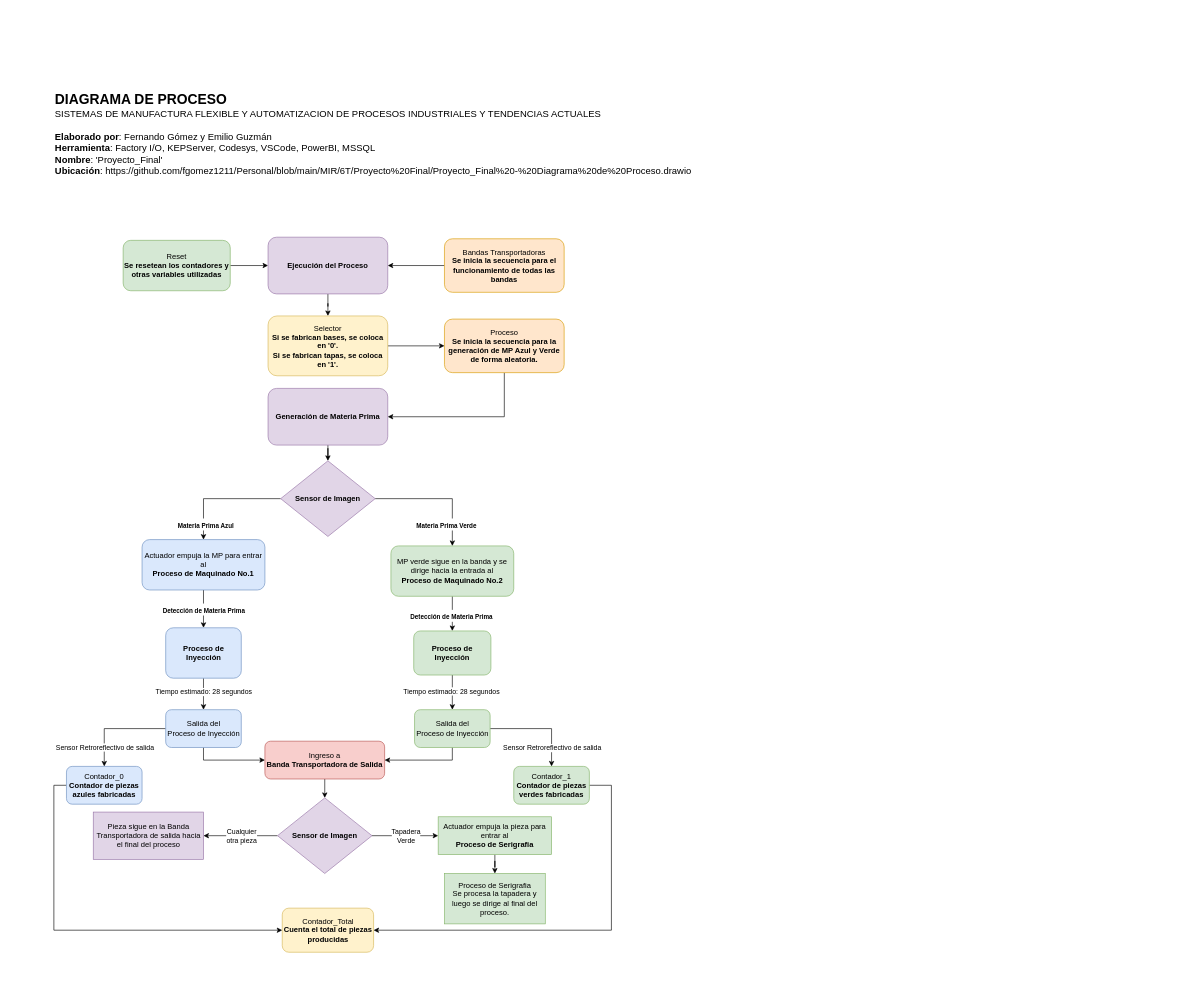
The draw.io diagram MIR/6T/Proyecto Final/Proyecto_Final - Diagrama de Proceso.drawio in fgomez1211/Personal, before the edit. Source tidied: cells renumbered, new cells numbered last; positions are measured from the earlier drawing's top-left corner, leaving out a move shared by most shapes. Both pictures are drawn from the tidied source at 63%, with x=0, y=0 at pixel (54, 79).
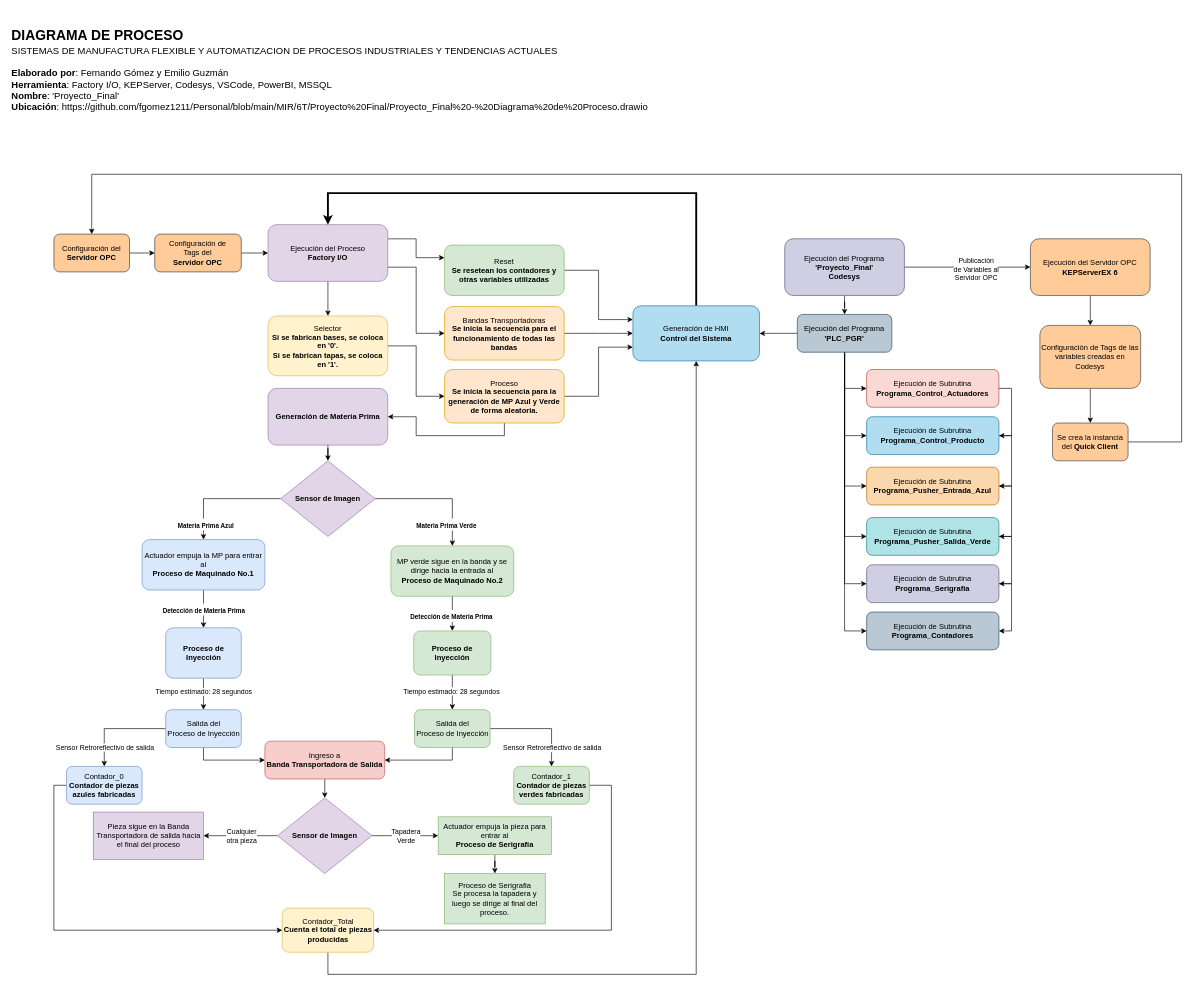
The same diagram, later.

The change refers to these unchanged cells:
```xml
<mxCell id="54" value="Contador_Total&lt;br&gt;&lt;b&gt;Cuenta el total de piezas producidas&lt;/b&gt;" style="whiteSpace=wrap;html=1;fillColor=#fff2cc;strokeColor=#d6b656;rounded=1;glass=0;strokeWidth=1;shadow=0;" parent="1" vertex="1">
  <mxGeometry x="362.5" y="1315" width="145" height="70" as="geometry" />
</mxCell>
```

Diff of the diagram source:
```diff
@@
-    <mxCell id="2" style="edgeStyle=orthogonalEdgeStyle;rounded=0;jettySize=auto;html=1;entryX=0;entryY=0.5;entryDx=0;entryDy=0;" parent="1" edge="1" source="3" target="12">
-      <mxGeometry relative="1" as="geometry" />
-    </mxCell>
+    <mxCell id="56" style="edgeStyle=orthogonalEdgeStyle;rounded=0;jettySize=auto;html=1;exitX=1;exitY=0.5;exitDx=0;exitDy=0;entryX=0;entryY=0.25;entryDx=0;entryDy=0;" parent="1" edge="1" source="3" target="88">
+      <mxGeometry relative="1" as="geometry" />
+    </mxCell>
     <mxCell id="3" value="Reset&lt;br&gt;&lt;b&gt;Se resetean los contadores y otras variables utilizadas&lt;/b&gt;" style="rounded=1;whiteSpace=wrap;html=1;fontSize=12;glass=0;strokeWidth=1;shadow=0;fillColor=#d5e8d4;strokeColor=#82b366;" parent="1" vertex="1">
-      <mxGeometry x="110" y="255" width="170" height="80" as="geometry" />
+      <mxGeometry x="620" y="262.5" width="190.1" height="80" as="geometry" />
     </mxCell>
@@
-    <mxCell id="8" value="&lt;b style=&quot;font-size: 22px;&quot;&gt;DIAGRAMA DE PROCESO&lt;br&gt;&lt;/b&gt;&lt;font style=&quot;font-size: 15px;&quot;&gt;&lt;span style=&quot;font-size: 15px;&quot;&gt;SISTEMAS DE MANUFACTURA FLEXIBLE Y AUTOMATIZACION DE PROCESOS INDUSTRIALES Y TENDENCIAS ACTUALES&lt;br&gt;&lt;/span&gt;&lt;br&gt;&lt;span style=&quot;font-size: 15px;&quot;&gt;&lt;b&gt;Elaborado por&lt;/b&gt;: Fernando Gómez y Emilio Guzmán&lt;/span&gt;&lt;br&gt;&lt;span style=&quot;font-size: 15px;&quot;&gt;&lt;b&gt;Herramienta&lt;/b&gt;: Factory I/O, KEPServer, Codesys, VSCode, PowerBI, MSSQL&lt;/span&gt;&lt;br&gt;&lt;span style=&quot;font-size: 15px;&quot;&gt;&lt;b&gt;Nombre&lt;/b&gt;: 'Proyecto_Final'&lt;/span&gt;&lt;br&gt;&lt;font style=&quot;font-size: 15px;&quot;&gt;&lt;b&gt;Ubicación&lt;/b&gt;:&amp;nbsp;https://github.com/fgomez1211/Personal/blob/main/MIR/6T/Proyecto%20Final/Proyecto_Final%20-%20Diagrama%20de%20Proceso.drawio&lt;br&gt;&lt;/font&gt;&lt;br&gt;&lt;/font&gt;" style="text;html=1;strokeColor=none;fillColor=none;align=left;verticalAlign=middle;whiteSpace=wrap;rounded=0;" parent="1" vertex="1">
-      <mxGeometry width="1080" height="190" as="geometry" />
+    <mxCell id="8" value="&lt;b style=&quot;font-size: 22px;&quot;&gt;DIAGRAMA DE PROCESO&lt;br&gt;&lt;/b&gt;&lt;font style=&quot;font-size: 15px;&quot;&gt;&lt;span style=&quot;font-size: 15px;&quot;&gt;SISTEMAS DE MANUFACTURA FLEXIBLE Y AUTOMATIZACION DE PROCESOS INDUSTRIALES Y TENDENCIAS ACTUALES&lt;br&gt;&lt;/span&gt;&lt;br&gt;&lt;span style=&quot;font-size: 15px;&quot;&gt;&lt;b&gt;Elaborado por&lt;/b&gt;: Fernando Gómez y Emilio Guzmán&lt;/span&gt;&lt;br&gt;&lt;span style=&quot;font-size: 15px;&quot;&gt;&lt;b&gt;Herramienta&lt;/b&gt;: Factory I/O, KEPServer, Codesys, VSCode, PowerBI, MSSQL&lt;/span&gt;&lt;br&gt;&lt;span style=&quot;font-size: 15px;&quot;&gt;&lt;b&gt;Nombre&lt;/b&gt;: 'Proyecto_Final'&lt;/span&gt;&lt;br&gt;&lt;font style=&quot;font-size: 15px;&quot;&gt;&lt;b&gt;Ubicación&lt;/b&gt;:&amp;nbsp;https://github.com/fgomez1211/Personal/blob/main/MIR/6T/Proyecto%20Final/Proyecto_Final%20-%20Diagrama%20de%20Proceso.drawio&lt;/font&gt;&lt;br&gt;&lt;/font&gt;" style="text;html=1;strokeColor=none;fillColor=none;align=left;verticalAlign=middle;whiteSpace=wrap;rounded=0;" parent="1" vertex="1">
+      <mxGeometry x="-68.9" y="-109.9" width="1080" height="190" as="geometry" />
     </mxCell>
-    <mxCell id="9" style="edgeStyle=orthogonalEdgeStyle;rounded=0;jettySize=auto;html=1;entryX=1;entryY=0.5;entryDx=0;entryDy=0;" parent="1" edge="1" source="10" target="12">
-      <mxGeometry relative="1" as="geometry" />
-    </mxCell>
+    <mxCell id="57" style="edgeStyle=orthogonalEdgeStyle;rounded=0;jettySize=auto;html=1;exitX=1;exitY=0.5;exitDx=0;exitDy=0;entryX=0;entryY=0.5;entryDx=0;entryDy=0;" parent="1" edge="1" source="10" target="88">
+      <mxGeometry relative="1" as="geometry" />
+    </mxCell>
     <mxCell id="10" value="Bandas Transportadoras&lt;br&gt;&lt;b&gt;Se inicia la secuencia para el funcionamiento de todas las bandas&lt;/b&gt;" style="whiteSpace=wrap;html=1;rounded=1;glass=0;strokeWidth=1;shadow=0;fillColor=#ffe6cc;strokeColor=#d79b00;" parent="1" vertex="1">
-      <mxGeometry x="620" y="252.5" width="190" height="85" as="geometry" />
+      <mxGeometry x="620.1" y="360.1" width="190" height="85" as="geometry" />
     </mxCell>
@@
+    <mxCell id="58" style="edgeStyle=orthogonalEdgeStyle;rounded=0;jettySize=auto;html=1;exitX=1;exitY=0.25;exitDx=0;exitDy=0;entryX=0;entryY=0.25;entryDx=0;entryDy=0;" parent="1" edge="1" source="12" target="3">
+      <mxGeometry relative="1" as="geometry" />
+    </mxCell>
+    <mxCell id="59" style="edgeStyle=orthogonalEdgeStyle;rounded=0;jettySize=auto;html=1;exitX=1;exitY=0.75;exitDx=0;exitDy=0;entryX=0;entryY=0.5;entryDx=0;entryDy=0;" parent="1" edge="1" source="12" target="10">
+      <mxGeometry relative="1" as="geometry" />
+    </mxCell>
-    <mxCell id="12" value="&lt;b&gt;Ejecución del Proceso&lt;/b&gt;" style="whiteSpace=wrap;html=1;rounded=1;glass=0;strokeWidth=1;shadow=0;fillColor=#e1d5e7;strokeColor=#9673a6;" parent="1" vertex="1">
-      <mxGeometry x="340" y="250" width="190" height="90" as="geometry" />
+    <mxCell id="12" value="Ejecución del Proceso&lt;br&gt;&lt;b&gt;Factory I/O&lt;/b&gt;" style="whiteSpace=wrap;html=1;rounded=1;glass=0;strokeWidth=1;shadow=0;fillColor=#e1d5e7;strokeColor=#9673a6;" parent="1" vertex="1">
+      <mxGeometry x="340" y="230.1" width="190" height="90" as="geometry" />
     </mxCell>
@@
+    <mxCell id="60" style="edgeStyle=orthogonalEdgeStyle;rounded=0;jettySize=auto;html=1;exitX=1;exitY=0.5;exitDx=0;exitDy=0;entryX=0;entryY=0.75;entryDx=0;entryDy=0;" parent="1" edge="1" source="40" target="88">
+      <mxGeometry relative="1" as="geometry" />
+    </mxCell>
     <mxCell id="40" value="Proceso&lt;br&gt;&lt;b&gt;Se inicia la secuencia para la generación de MP Azul y Verde de forma aleatoria.&lt;/b&gt;" style="whiteSpace=wrap;html=1;rounded=1;glass=0;strokeWidth=1;shadow=0;fillColor=#ffe6cc;strokeColor=#d79b00;" parent="1" vertex="1">
-      <mxGeometry x="620" y="380" width="190" height="85" as="geometry" />
+      <mxGeometry x="620.1" y="460" width="190" height="85" as="geometry" />
     </mxCell>
@@
+    <mxCell id="61" style="edgeStyle=orthogonalEdgeStyle;rounded=0;jettySize=auto;html=1;exitX=0.5;exitY=1;exitDx=0;exitDy=0;entryX=0.5;entryY=1;entryDx=0;entryDy=0;" parent="1" edge="1" source="54" target="88">
+      <mxGeometry relative="1" as="geometry">
+        <Array as="points">
+          <mxPoint x="435.1" y="1420.1" />
+          <mxPoint x="1020.1" y="1420.1" />
+        </Array>
+      </mxGeometry>
+    </mxCell>
@@
+    <mxCell id="62" style="edgeStyle=orthogonalEdgeStyle;rounded=0;jettySize=auto;html=1;" parent="1" edge="1" source="65" target="75">
+      <mxGeometry relative="1" as="geometry" />
+    </mxCell>
+    <mxCell id="63" style="edgeStyle=orthogonalEdgeStyle;rounded=0;jettySize=auto;html=1;exitX=1;exitY=0.5;exitDx=0;exitDy=0;entryX=0;entryY=0.5;entryDx=0;entryDy=0;" parent="1" edge="1" source="65" target="67">
+      <mxGeometry relative="1" as="geometry" />
+    </mxCell>
+    <mxCell id="64" value="Publicación &lt;br&gt;de Variables al &lt;br&gt;Servidor OPC" style="edgeLabel;html=1;align=center;verticalAlign=middle;" parent="63" vertex="1">
+      <mxGeometry x="0.14" y="-3" relative="1" as="geometry">
+        <mxPoint x="-1" as="offset" />
+      </mxGeometry>
+    </mxCell>
+    <mxCell id="65" value="Ejecución del Programa&lt;br&gt;&lt;b&gt;'Proyecto_Final'&lt;/b&gt;&lt;br&gt;&lt;b&gt;Codesys&lt;/b&gt;" style="whiteSpace=wrap;html=1;rounded=1;glass=0;strokeWidth=1;shadow=0;fillColor=#d0cee2;strokeColor=#56517e;" parent="1" vertex="1">
+      <mxGeometry x="1160.1" y="252.5" width="190" height="90" as="geometry" />
+    </mxCell>
+    <mxCell id="66" style="edgeStyle=orthogonalEdgeStyle;rounded=0;jettySize=auto;html=1;exitX=0.5;exitY=1;exitDx=0;exitDy=0;entryX=0.5;entryY=0;entryDx=0;entryDy=0;" parent="1" edge="1" source="67" target="92">
+      <mxGeometry relative="1" as="geometry" />
+    </mxCell>
+    <mxCell id="67" value="Ejecución del Servidor OPC&lt;br&gt;&lt;b&gt;KEPServerEX 6&lt;/b&gt;" style="whiteSpace=wrap;html=1;rounded=1;glass=0;strokeWidth=1;shadow=0;fillColor=#ffcc99;strokeColor=#36393d;" parent="1" vertex="1">
+      <mxGeometry x="1550.1" y="252.5" width="190" height="90" as="geometry" />
+    </mxCell>
+    <mxCell id="68" style="edgeStyle=orthogonalEdgeStyle;rounded=0;jettySize=auto;html=1;entryX=0;entryY=0.5;entryDx=0;entryDy=0;" parent="1" edge="1" source="75" target="77">
+      <mxGeometry relative="1" as="geometry" />
+    </mxCell>
+    <mxCell id="69" style="edgeStyle=orthogonalEdgeStyle;rounded=0;jettySize=auto;html=1;exitX=0.5;exitY=1;exitDx=0;exitDy=0;entryX=0;entryY=0.5;entryDx=0;entryDy=0;" parent="1" edge="1" source="75" target="79">
+      <mxGeometry relative="1" as="geometry" />
+    </mxCell>
+    <mxCell id="70" style="edgeStyle=orthogonalEdgeStyle;rounded=0;jettySize=auto;html=1;exitX=0.5;exitY=1;exitDx=0;exitDy=0;entryX=0;entryY=0.5;entryDx=0;entryDy=0;" parent="1" edge="1" source="75" target="81">
+      <mxGeometry relative="1" as="geometry" />
+    </mxCell>
+    <mxCell id="71" style="edgeStyle=orthogonalEdgeStyle;rounded=0;jettySize=auto;html=1;exitX=0.5;exitY=1;exitDx=0;exitDy=0;entryX=0;entryY=0.5;entryDx=0;entryDy=0;" parent="1" edge="1" source="75" target="83">
+      <mxGeometry relative="1" as="geometry" />
+    </mxCell>
+    <mxCell id="72" style="edgeStyle=orthogonalEdgeStyle;rounded=0;jettySize=auto;html=1;exitX=0.5;exitY=1;exitDx=0;exitDy=0;entryX=0;entryY=0.5;entryDx=0;entryDy=0;" parent="1" edge="1" source="75" target="85">
+      <mxGeometry relative="1" as="geometry" />
+    </mxCell>
+    <mxCell id="73" style="edgeStyle=orthogonalEdgeStyle;rounded=0;jettySize=auto;html=1;exitX=0.5;exitY=1;exitDx=0;exitDy=0;entryX=0;entryY=0.5;entryDx=0;entryDy=0;" parent="1" edge="1" source="75" target="86">
+      <mxGeometry relative="1" as="geometry" />
+    </mxCell>
+    <mxCell id="74" style="edgeStyle=orthogonalEdgeStyle;rounded=0;jettySize=auto;html=1;" parent="1" edge="1" source="75" target="88">
+      <mxGeometry relative="1" as="geometry" />
+    </mxCell>
+    <mxCell id="75" value="Ejecución del Programa&lt;br&gt;&lt;b&gt;'PLC_PGR'&lt;/b&gt;" style="whiteSpace=wrap;html=1;fillColor=#bac8d3;strokeColor=#23445d;rounded=1;glass=0;strokeWidth=1;shadow=0;" parent="1" vertex="1">
+      <mxGeometry x="1180.1" y="372.6" width="150" height="60" as="geometry" />
+    </mxCell>
+    <mxCell id="76" style="edgeStyle=orthogonalEdgeStyle;rounded=0;jettySize=auto;html=1;exitX=1;exitY=0.5;exitDx=0;exitDy=0;entryX=1;entryY=0.5;entryDx=0;entryDy=0;" parent="1" edge="1" source="77" target="79">
+      <mxGeometry relative="1" as="geometry" />
+    </mxCell>
+    <mxCell id="77" value="Ejecución de Subrutina&lt;br&gt;&lt;b&gt;Programa_Control_Actuadores&lt;/b&gt;" style="whiteSpace=wrap;html=1;fillColor=#fad9d5;strokeColor=#ae4132;rounded=1;glass=0;strokeWidth=1;shadow=0;" parent="1" vertex="1">
+      <mxGeometry x="1290.1" y="460" width="210" height="60" as="geometry" />
+    </mxCell>
+    <mxCell id="78" style="edgeStyle=orthogonalEdgeStyle;rounded=0;jettySize=auto;html=1;exitX=1;exitY=0.5;exitDx=0;exitDy=0;entryX=1;entryY=0.5;entryDx=0;entryDy=0;" parent="1" edge="1" source="79" target="81">
+      <mxGeometry relative="1" as="geometry" />
+    </mxCell>
+    <mxCell id="79" value="Ejecución de Subrutina&lt;br&gt;&lt;b&gt;Programa_Control_Producto&lt;/b&gt;" style="whiteSpace=wrap;html=1;fillColor=#b1ddf0;strokeColor=#10739e;rounded=1;glass=0;strokeWidth=1;shadow=0;" parent="1" vertex="1">
+      <mxGeometry x="1290.1" y="535" width="210" height="60" as="geometry" />
+    </mxCell>
+    <mxCell id="80" style="edgeStyle=orthogonalEdgeStyle;rounded=0;jettySize=auto;html=1;exitX=1;exitY=0.5;exitDx=0;exitDy=0;entryX=1;entryY=0.5;entryDx=0;entryDy=0;" parent="1" edge="1" source="81" target="83">
+      <mxGeometry relative="1" as="geometry" />
+    </mxCell>
+    <mxCell id="81" value="Ejecución de Subrutina&lt;br&gt;&lt;b&gt;Programa_Pusher_Entrada_Azul&lt;/b&gt;" style="whiteSpace=wrap;html=1;fillColor=#fad7ac;strokeColor=#b46504;rounded=1;glass=0;strokeWidth=1;shadow=0;" parent="1" vertex="1">
+      <mxGeometry x="1290.1" y="615" width="210" height="60" as="geometry" />
+    </mxCell>
+    <mxCell id="82" style="edgeStyle=orthogonalEdgeStyle;rounded=0;jettySize=auto;html=1;exitX=1;exitY=0.5;exitDx=0;exitDy=0;entryX=1;entryY=0.5;entryDx=0;entryDy=0;" parent="1" edge="1" source="83" target="85">
+      <mxGeometry relative="1" as="geometry" />
+    </mxCell>
+    <mxCell id="83" value="Ejecución de Subrutina&lt;br&gt;&lt;b&gt;Programa_Pusher_Salida_Verde&lt;/b&gt;" style="whiteSpace=wrap;html=1;fillColor=#b0e3e6;strokeColor=#0e8088;rounded=1;glass=0;strokeWidth=1;shadow=0;" parent="1" vertex="1">
+      <mxGeometry x="1290.1" y="695" width="210" height="60" as="geometry" />
+    </mxCell>
+    <mxCell id="84" style="edgeStyle=orthogonalEdgeStyle;rounded=0;jettySize=auto;html=1;exitX=1;exitY=0.5;exitDx=0;exitDy=0;entryX=1;entryY=0.5;entryDx=0;entryDy=0;" parent="1" edge="1" source="85" target="86">
+      <mxGeometry relative="1" as="geometry" />
+    </mxCell>
+    <mxCell id="85" value="Ejecución de Subrutina&lt;br&gt;&lt;b&gt;Programa_Serigrafia&lt;/b&gt;" style="whiteSpace=wrap;html=1;fillColor=#d0cee2;strokeColor=#56517e;rounded=1;glass=0;strokeWidth=1;shadow=0;" parent="1" vertex="1">
+      <mxGeometry x="1290.1" y="770" width="210" height="60" as="geometry" />
+    </mxCell>
+    <mxCell id="86" value="Ejecución de Subrutina&lt;br&gt;&lt;b&gt;Programa_Contadores&lt;/b&gt;" style="whiteSpace=wrap;html=1;fillColor=#bac8d3;strokeColor=#23445d;rounded=1;glass=0;strokeWidth=1;shadow=0;" parent="1" vertex="1">
+      <mxGeometry x="1290.1" y="845" width="210" height="60" as="geometry" />
+    </mxCell>
+    <mxCell id="87" style="edgeStyle=orthogonalEdgeStyle;rounded=0;jettySize=auto;html=1;exitX=0.5;exitY=0;exitDx=0;exitDy=0;entryX=0.5;entryY=0;entryDx=0;entryDy=0;strokeWidth=3;" parent="1" edge="1" source="88" target="12">
+      <mxGeometry relative="1" as="geometry">
+        <Array as="points">
+          <mxPoint x="1019.1" y="180.1" />
+          <mxPoint x="435.1" y="180.1" />
+        </Array>
+      </mxGeometry>
+    </mxCell>
+    <mxCell id="88" value="Generación de HMI&lt;br&gt;&lt;b&gt;Control del Sistema&lt;/b&gt;" style="whiteSpace=wrap;html=1;fillColor=#b1ddf0;strokeColor=#10739e;rounded=1;glass=0;strokeWidth=1;shadow=0;" parent="1" vertex="1">
+      <mxGeometry x="919.1" y="358.9" width="201" height="87.5" as="geometry" />
+    </mxCell>
+    <mxCell id="89" style="edgeStyle=orthogonalEdgeStyle;rounded=0;jettySize=auto;html=1;exitX=1;exitY=0.5;exitDx=0;exitDy=0;entryX=0.5;entryY=0;entryDx=0;entryDy=0;" parent="1" edge="1" source="90" target="96">
+      <mxGeometry relative="1" as="geometry">
+        <Array as="points">
+          <mxPoint x="1790.1" y="575.1" />
+          <mxPoint x="1790.1" y="150.1" />
+          <mxPoint x="60.1" y="150.1" />
+        </Array>
+      </mxGeometry>
+    </mxCell>
+    <mxCell id="90" value="Se crea la instancia del &lt;b&gt;Quick Client&lt;/b&gt;" style="whiteSpace=wrap;html=1;fillColor=#ffcc99;strokeColor=#36393d;rounded=1;glass=0;strokeWidth=1;shadow=0;" parent="1" vertex="1">
+      <mxGeometry x="1585.1" y="545" width="120" height="60" as="geometry" />
+    </mxCell>
+    <mxCell id="91" style="edgeStyle=orthogonalEdgeStyle;rounded=0;jettySize=auto;html=1;exitX=0.5;exitY=1;exitDx=0;exitDy=0;entryX=0.5;entryY=0;entryDx=0;entryDy=0;" parent="1" edge="1" source="92" target="90">
+      <mxGeometry relative="1" as="geometry" />
+    </mxCell>
+    <mxCell id="92" value="Configuración de Tags de las variables creadas en Codesys" style="whiteSpace=wrap;html=1;fillColor=#ffcc99;strokeColor=#36393d;rounded=1;glass=0;strokeWidth=1;shadow=0;" parent="1" vertex="1">
+      <mxGeometry x="1565.1" y="390" width="160" height="100" as="geometry" />
+    </mxCell>
+    <mxCell id="93" style="edgeStyle=orthogonalEdgeStyle;rounded=0;jettySize=auto;html=1;exitX=1;exitY=0.5;exitDx=0;exitDy=0;entryX=0;entryY=0.5;entryDx=0;entryDy=0;" parent="1" edge="1" source="94" target="12">
+      <mxGeometry relative="1" as="geometry" />
+    </mxCell>
+    <mxCell id="94" value="Configuración de &lt;br&gt;Tags del &lt;br&gt;&lt;b&gt;Servidor OPC&lt;/b&gt;" style="whiteSpace=wrap;html=1;fillColor=#ffcc99;strokeColor=#36393d;rounded=1;glass=0;strokeWidth=1;shadow=0;" parent="1" vertex="1">
+      <mxGeometry x="160.1" y="245.1" width="137.4" height="60" as="geometry" />
+    </mxCell>
+    <mxCell id="95" style="edgeStyle=orthogonalEdgeStyle;rounded=0;jettySize=auto;html=1;exitX=1;exitY=0.5;exitDx=0;exitDy=0;" parent="1" edge="1" source="96" target="94">
+      <mxGeometry relative="1" as="geometry" />
+    </mxCell>
+    <mxCell id="96" value="Configuración del &lt;b&gt;Servidor OPC&lt;/b&gt;" style="whiteSpace=wrap;html=1;fillColor=#ffcc99;strokeColor=#36393d;rounded=1;glass=0;strokeWidth=1;shadow=0;" parent="1" vertex="1">
+      <mxGeometry x="0.1" y="245.1" width="120" height="60" as="geometry" />
+    </mxCell>
```
